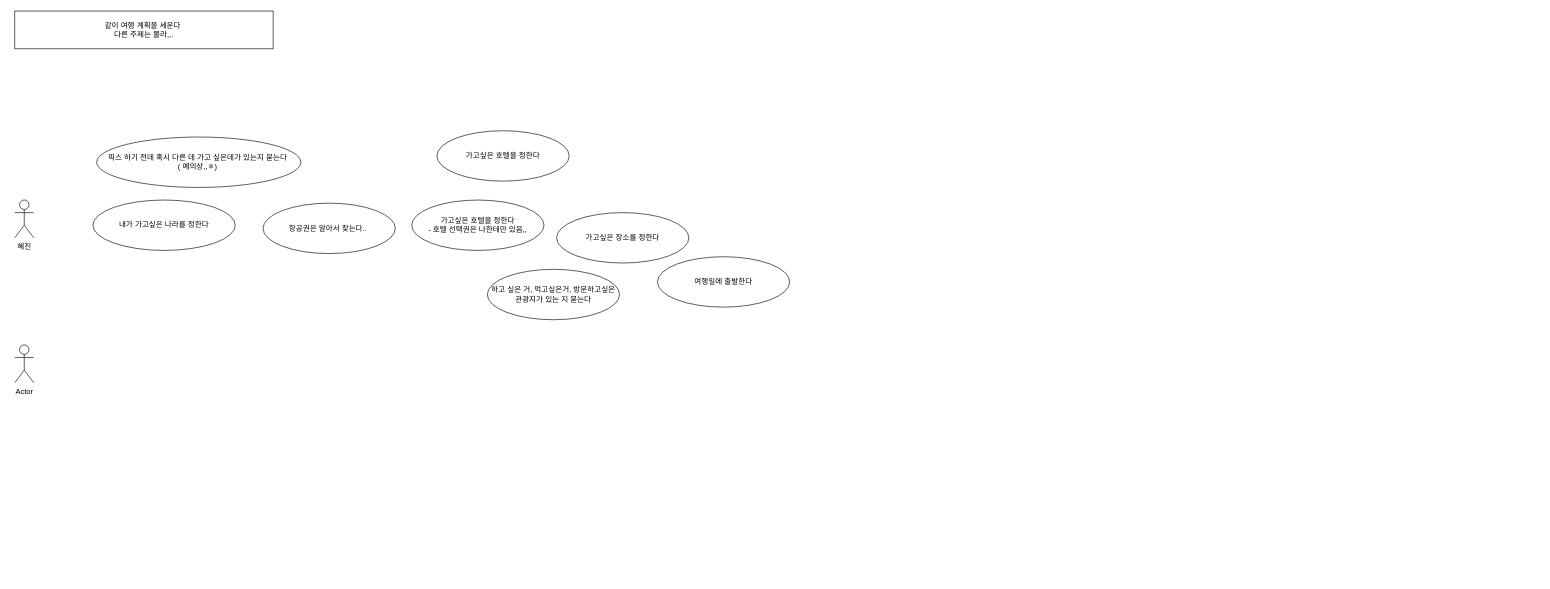
Above: usecase_diagram/relationship(0911).drawio in Jin-bright/diagram_study (draw.io), before the change. Source tidied: cells renumbered, new cells numbered last; positions are measured from the earlier drawing's top-left corner, leaving out a move shared by most shapes. Both pictures are drawn from the tidied source at 63%, with x=0, y=0 at pixel (14, 11).
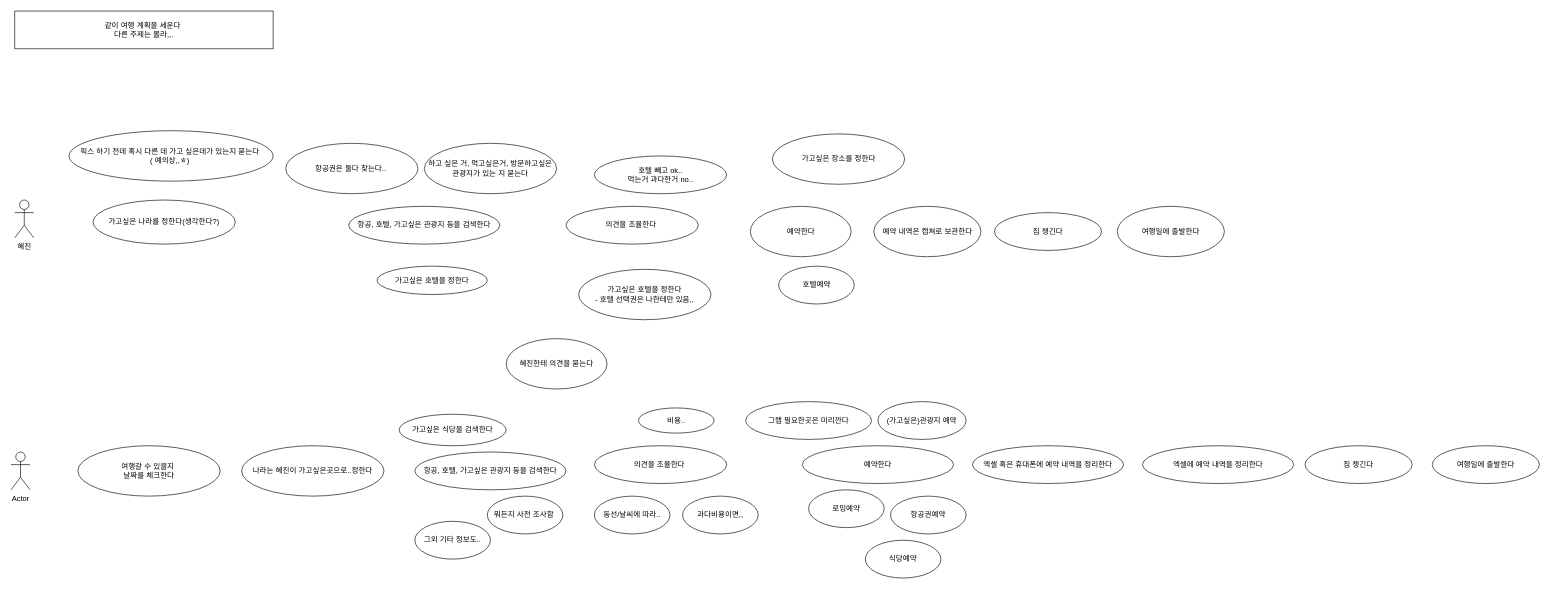
Above is the later version.

Diff of the diagram source:
```diff
@@
     <mxCell id="3" value="Actor" style="shape=umlActor;verticalLabelPosition=bottom;verticalAlign=top;html=1;" parent="1" vertex="1">
-      <mxGeometry y="530" width="30" height="60" as="geometry" />
+      <mxGeometry x="-6" y="700" width="30" height="60" as="geometry" />
     </mxCell>
-    <mxCell id="4" value="내가 가고싶은 나라를 정한다" style="ellipse;whiteSpace=wrap;html=1;" parent="1" vertex="1">
-      <mxGeometry x="124" y="300" width="226" height="80" as="geometry" />
+    <mxCell id="4" value="가고싶은 나라를 정한다(생각한다?)" style="ellipse;whiteSpace=wrap;html=1;" parent="1" vertex="1">
+      <mxGeometry x="124" y="300" width="226" height="70" as="geometry" />
     </mxCell>
     <mxCell id="5" value="가고싶은 호텔을 정한다&lt;br&gt;- 호텔 선택권은 나한테만 있음,," style="ellipse;whiteSpace=wrap;html=1;" parent="1" vertex="1">
-      <mxGeometry x="630" y="300" width="210" height="80" as="geometry" />
+      <mxGeometry x="895" y="410" width="210" height="80" as="geometry" />
     </mxCell>
@@
-    <mxCell id="7" value="항공권은 알아서 찾는다..&amp;nbsp;" style="ellipse;whiteSpace=wrap;html=1;" parent="1" vertex="1">
-      <mxGeometry x="394" y="305" width="210" height="80" as="geometry" />
+    <mxCell id="7" value="항공권은 둘다 찾는다..&amp;nbsp;" style="ellipse;whiteSpace=wrap;html=1;" parent="1" vertex="1">
+      <mxGeometry x="430" y="210" width="210" height="80" as="geometry" />
     </mxCell>
     <mxCell id="8" value="가고싶은 호텔을 정한다" style="ellipse;whiteSpace=wrap;html=1;" parent="1" vertex="1">
-      <mxGeometry x="670" y="190" width="210" height="80" as="geometry" />
+      <mxGeometry x="575" y="405" width="175" height="45" as="geometry" />
     </mxCell>
     <mxCell id="9" value="가고싶은 장소를 정한다" style="ellipse;whiteSpace=wrap;html=1;" parent="1" vertex="1">
-      <mxGeometry x="860" y="320" width="210" height="80" as="geometry" />
+      <mxGeometry x="1202.5" y="195" width="210" height="80" as="geometry" />
     </mxCell>
     <mxCell id="10" value="하고 싶은 거, 먹고싶은거, 방문하고싶은 관광지가 있는 지 묻는다" style="ellipse;whiteSpace=wrap;html=1;" parent="1" vertex="1">
-      <mxGeometry x="750" y="410" width="210" height="80" as="geometry" />
+      <mxGeometry x="650" y="210" width="210" height="80" as="geometry" />
     </mxCell>
     <mxCell id="11" value="픽스 하기 전데 혹시 다른 데 가고 싶은데가 있는지 묻는다&amp;nbsp;&lt;br&gt;( 예의상,,ㅎ)&amp;nbsp;" style="ellipse;whiteSpace=wrap;html=1;" parent="1" vertex="1">
-      <mxGeometry x="130" y="200" width="324" height="80" as="geometry" />
+      <mxGeometry x="86" y="190" width="324" height="80" as="geometry" />
     </mxCell>
     <mxCell id="12" value="여행일에 출발한다" style="ellipse;whiteSpace=wrap;html=1;" parent="1" vertex="1">
-      <mxGeometry x="1020" y="390" width="210" height="80" as="geometry" />
+      <mxGeometry x="1750" y="310" width="170" height="80" as="geometry" />
     </mxCell>
+    <mxCell id="13" value="의견을 조율한다&amp;nbsp;" style="ellipse;whiteSpace=wrap;html=1;" parent="1" vertex="1">
+      <mxGeometry x="875" y="310" width="210" height="60" as="geometry" />
+    </mxCell>
+    <mxCell id="14" value="항공, 호텔, 가고싶은 관광지 등을 검색한다" style="ellipse;whiteSpace=wrap;html=1;" parent="1" vertex="1">
+      <mxGeometry x="530" y="310" width="240" height="60" as="geometry" />
+    </mxCell>
+    <mxCell id="15" value="예약한다" style="ellipse;whiteSpace=wrap;html=1;" parent="1" vertex="1">
+      <mxGeometry x="1167.5" y="310" width="160" height="80" as="geometry" />
+    </mxCell>
+    <mxCell id="16" value="여행갈 수 있을지&amp;nbsp;&lt;br&gt;날짜를 체크한다" style="ellipse;whiteSpace=wrap;html=1;" parent="1" vertex="1">
+      <mxGeometry x="100" y="690" width="226" height="80" as="geometry" />
+    </mxCell>
+    <mxCell id="17" value="나라는 혜진이 가고싶은곳으로..정한다" style="ellipse;whiteSpace=wrap;html=1;" parent="1" vertex="1">
+      <mxGeometry x="360" y="690" width="226" height="80" as="geometry" />
+    </mxCell>
+    <mxCell id="18" value="항공, 호텔, 가고싶은 관광지 등을 검색한다" style="ellipse;whiteSpace=wrap;html=1;" parent="1" vertex="1">
+      <mxGeometry x="635" y="700" width="240" height="60" as="geometry" />
+    </mxCell>
+    <mxCell id="19" value="가고싶은 식당을 검색한다" style="ellipse;whiteSpace=wrap;html=1;" parent="1" vertex="1">
+      <mxGeometry x="610" y="640" width="170" height="50" as="geometry" />
+    </mxCell>
+    <mxCell id="20" value="혜진한테 의견을 묻는다" style="ellipse;whiteSpace=wrap;html=1;" parent="1" vertex="1">
+      <mxGeometry x="780" y="520" width="160" height="80" as="geometry" />
+    </mxCell>
+    <mxCell id="21" value="예약한다" style="ellipse;whiteSpace=wrap;html=1;" parent="1" vertex="1">
+      <mxGeometry x="1250" y="690" width="240" height="60" as="geometry" />
+    </mxCell>
+    <mxCell id="22" value="엑셀 혹은 휴대폰에 예약 내역을 정리한다" style="ellipse;whiteSpace=wrap;html=1;" parent="1" vertex="1">
+      <mxGeometry x="1520" y="690" width="240" height="60" as="geometry" />
+    </mxCell>
+    <mxCell id="23" value="엑셀에 예약 내역을 정리한다" style="ellipse;whiteSpace=wrap;html=1;" parent="1" vertex="1">
+      <mxGeometry x="1790" y="690" width="240" height="60" as="geometry" />
+    </mxCell>
+    <mxCell id="24" value="그외 기타 정보도.." style="ellipse;whiteSpace=wrap;html=1;" parent="1" vertex="1">
+      <mxGeometry x="635" y="810" width="120" height="60" as="geometry" />
+    </mxCell>
+    <mxCell id="25" value="로밍예약" style="ellipse;whiteSpace=wrap;html=1;" parent="1" vertex="1">
+      <mxGeometry x="1260" y="760" width="120" height="60" as="geometry" />
+    </mxCell>
+    <mxCell id="26" value="항공권예약" style="ellipse;whiteSpace=wrap;html=1;" parent="1" vertex="1">
+      <mxGeometry x="1390" y="770" width="120" height="60" as="geometry" />
+    </mxCell>
+    <mxCell id="27" value="식당예약" style="ellipse;whiteSpace=wrap;html=1;" parent="1" vertex="1">
+      <mxGeometry x="1350" y="840" width="120" height="60" as="geometry" />
+    </mxCell>
+    <mxCell id="28" value="(가고싶은)관광지 예약" style="ellipse;whiteSpace=wrap;html=1;" parent="1" vertex="1">
+      <mxGeometry x="1370" y="620" width="140" height="60" as="geometry" />
+    </mxCell>
+    <mxCell id="29" value="호텔예약" style="ellipse;whiteSpace=wrap;html=1;" parent="1" vertex="1">
+      <mxGeometry x="1212.5" y="405" width="120" height="60" as="geometry" />
+    </mxCell>
+    <mxCell id="30" value="의견을 조율한다&amp;nbsp;" style="ellipse;whiteSpace=wrap;html=1;" parent="1" vertex="1">
+      <mxGeometry x="920" y="690" width="210" height="60" as="geometry" />
+    </mxCell>
+    <mxCell id="31" value="동선/날씨에 따라.." style="ellipse;whiteSpace=wrap;html=1;" parent="1" vertex="1">
+      <mxGeometry x="920" y="770" width="120" height="60" as="geometry" />
+    </mxCell>
+    <mxCell id="32" value="과다비용이면,," style="ellipse;whiteSpace=wrap;html=1;" parent="1" vertex="1">
+      <mxGeometry x="1060" y="770" width="120" height="60" as="geometry" />
+    </mxCell>
+    <mxCell id="33" value="비용.." style="ellipse;whiteSpace=wrap;html=1;" parent="1" vertex="1">
+      <mxGeometry x="990" y="630" width="120" height="40" as="geometry" />
+    </mxCell>
+    <mxCell id="34" value="뭐든지 사전 조사함&amp;nbsp;" style="ellipse;whiteSpace=wrap;html=1;" parent="1" vertex="1">
+      <mxGeometry x="750" y="770" width="120" height="60" as="geometry" />
+    </mxCell>
+    <mxCell id="35" value="예약 내역은 캡쳐로 보관한다" style="ellipse;whiteSpace=wrap;html=1;" parent="1" vertex="1">
+      <mxGeometry x="1363.5" y="310" width="170" height="80" as="geometry" />
+    </mxCell>
+    <mxCell id="36" value="그랩 필요한곳은 미리깐다" style="ellipse;whiteSpace=wrap;html=1;" parent="1" vertex="1">
+      <mxGeometry x="1160" y="620" width="200" height="60" as="geometry" />
+    </mxCell>
+    <mxCell id="37" value="호텔 빼고 ok..&lt;br&gt;먹는거 과다한거 no.." style="ellipse;whiteSpace=wrap;html=1;" parent="1" vertex="1">
+      <mxGeometry x="920" y="230" width="210" height="60" as="geometry" />
+    </mxCell>
+    <mxCell id="38" value="여행일에 출발한다" style="ellipse;whiteSpace=wrap;html=1;" parent="1" vertex="1">
+      <mxGeometry x="2250" y="690" width="170" height="60" as="geometry" />
+    </mxCell>
+    <mxCell id="39" value="짐 챙긴다" style="ellipse;whiteSpace=wrap;html=1;" parent="1" vertex="1">
+      <mxGeometry x="2048" y="690" width="170" height="60" as="geometry" />
+    </mxCell>
+    <mxCell id="40" value="짐 챙긴다" style="ellipse;whiteSpace=wrap;html=1;" parent="1" vertex="1">
+      <mxGeometry x="1555" y="320" width="170" height="60" as="geometry" />
+    </mxCell>
```
